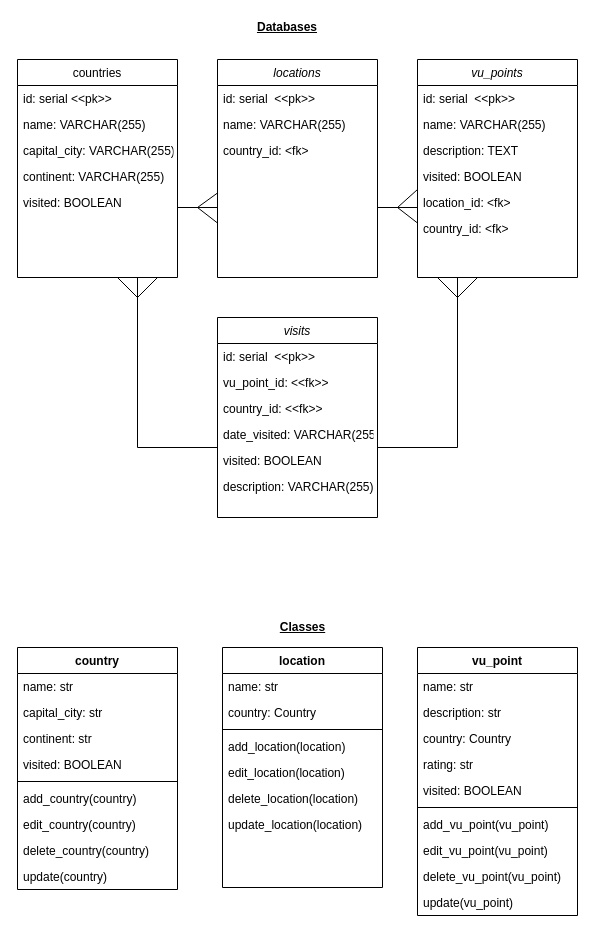
crwils/VU-TravelTrackerApp keeps this draw.io diagram as vu_app_diagrams.drawio. Above is the earlier version. Source tidied: cells renumbered, new cells numbered last; positions are measured from the earlier drawing's top-left corner, leaving out a move shared by most shapes. Both pictures are drawn from the tidied source at 100%, with x=0, y=0 at pixel (17, 17).
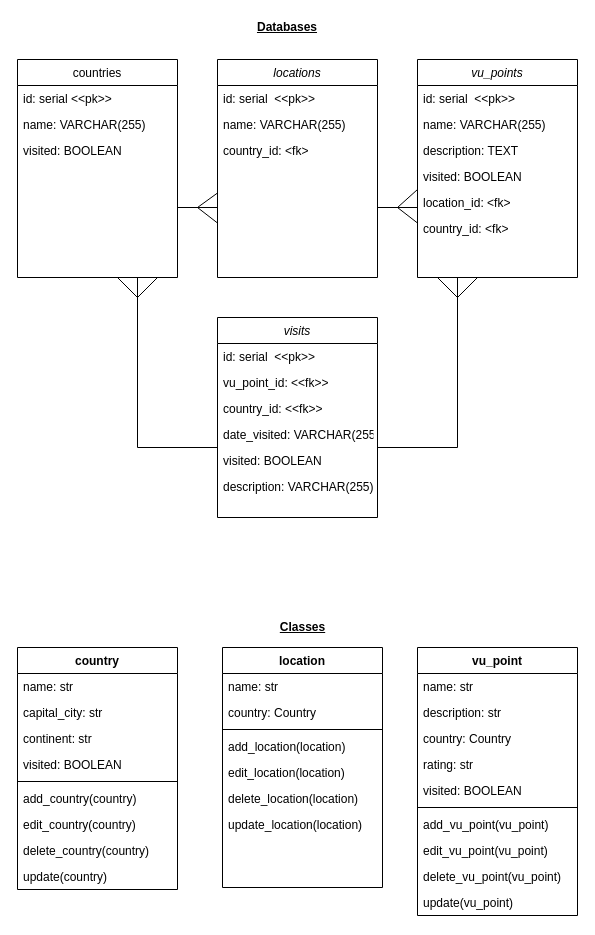
The same page after the edit.

The change refers to these unchanged cells:
```xml
<mxCell id="2" value="countries" style="swimlane;fontStyle=0;align=center;verticalAlign=top;horizontal=1;startSize=26;rounded=0;shadow=0;strokeWidth=1;" parent="1" vertex="1">
  <mxGeometry y="42" width="160" height="218" as="geometry" />
</mxCell>
```

Change to the diagram source:
```diff
@@
-    <mxCell id="5" value="capital_city: VARCHAR(255)" style="text;align=left;verticalAlign=top;spacingLeft=4;spacingRight=4;overflow=hidden;rounded=0;shadow=0;html=0;" parent="2" vertex="1">
-      <mxGeometry y="78" width="160" height="26" as="geometry" />
-    </mxCell>
-    <mxCell id="6" value="continent: VARCHAR(255)" style="text;align=left;verticalAlign=top;spacingLeft=4;spacingRight=4;overflow=hidden;rounded=0;shadow=0;html=0;" parent="2" vertex="1">
-      <mxGeometry y="104" width="160" height="26" as="geometry" />
-    </mxCell>
     <mxCell id="7" value="visited: BOOLEAN" style="text;align=left;verticalAlign=top;spacingLeft=4;spacingRight=4;overflow=hidden;rounded=0;shadow=0;html=0;" parent="2" vertex="1">
-      <mxGeometry y="130" width="160" height="26" as="geometry" />
+      <mxGeometry y="78" width="160" height="30" as="geometry" />
     </mxCell>
```
